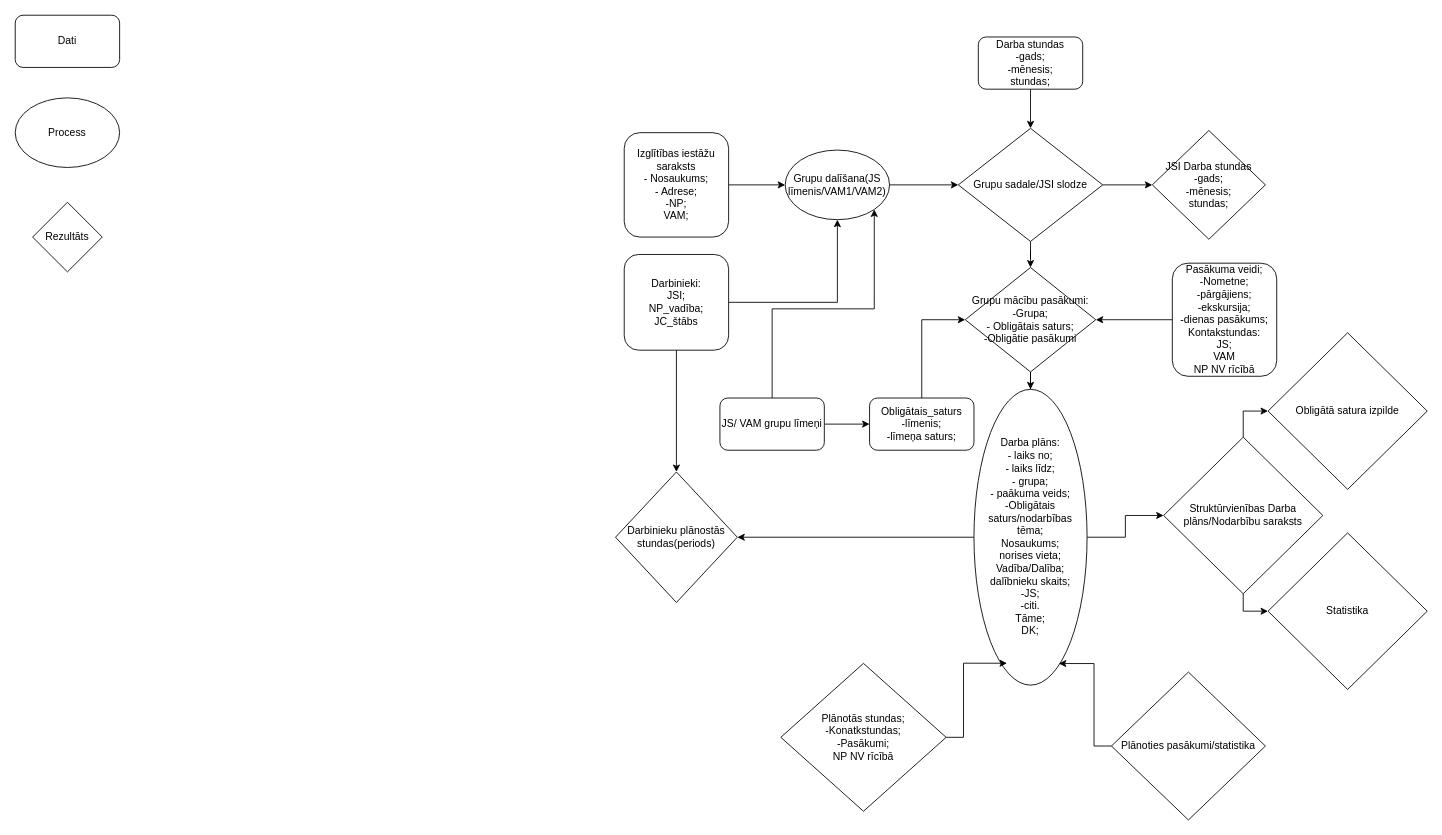
The draw.io diagram Darba_uzdevumu_parvaldes_riks.drawio in EriksK82/Studiju_prakse, before the edit. Source tidied: cells renumbered, new cells numbered last; positions are measured from the earlier drawing's top-left corner, leaving out a move shared by most shapes. Both pictures are drawn from the tidied source at 87%, with x=0, y=0 at pixel (15, 15).
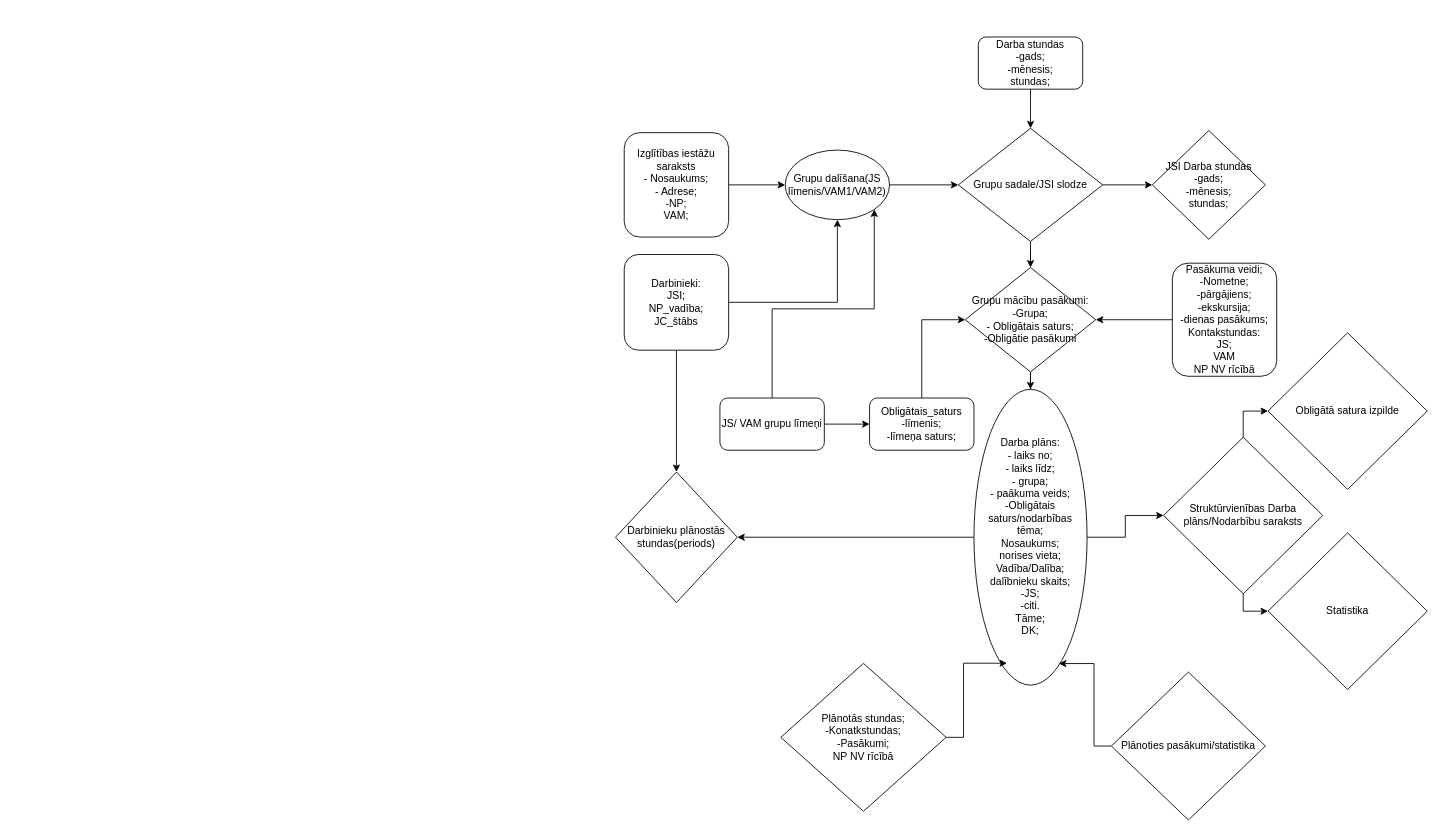
Above is the later version.

What changed in the source:
```diff
@@
-    <mxCell id="18" value="Dati" style="rounded=1;whiteSpace=wrap;html=1;" parent="1" vertex="1">
-      <mxGeometry width="120" height="60" as="geometry" />
-    </mxCell>
-    <mxCell id="19" value="Rezultāts" style="rhombus;whiteSpace=wrap;html=1;" parent="1" vertex="1">
-      <mxGeometry x="20" y="215" width="80" height="80" as="geometry" />
-    </mxCell>
-    <mxCell id="20" value="Process" style="ellipse;whiteSpace=wrap;html=1;" parent="1" vertex="1">
-      <mxGeometry y="95" width="120" height="80" as="geometry" />
-    </mxCell>
```
